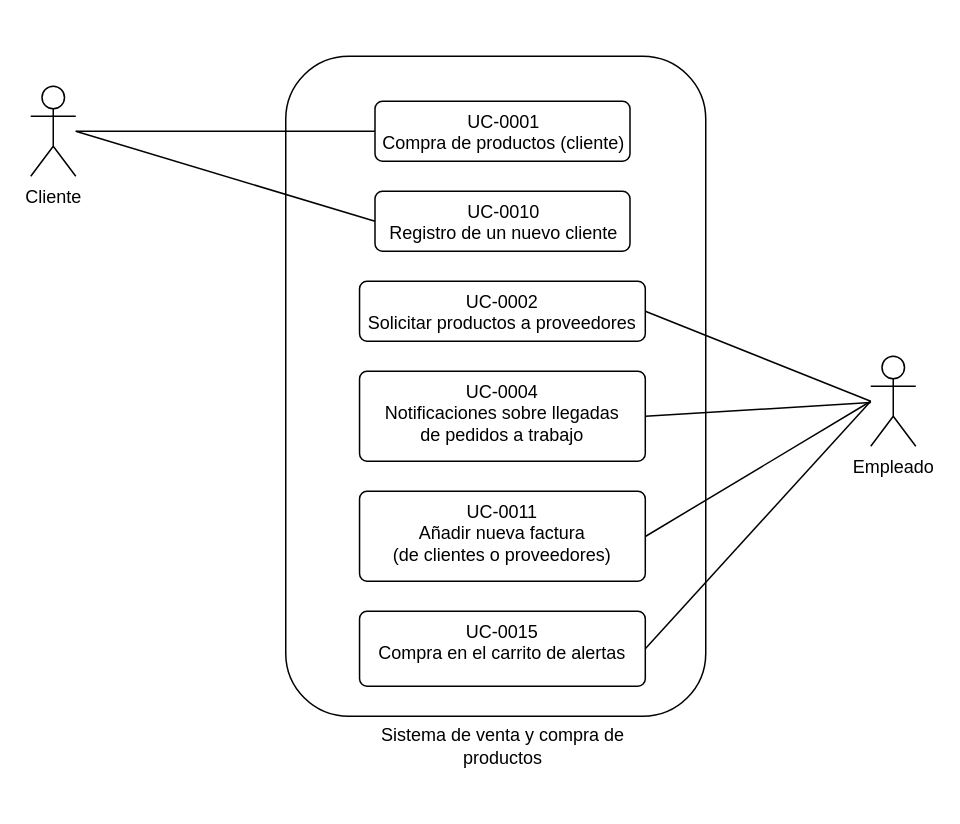
Before: page "Page-1" (1 of 4) of diagramas/diagramas de casos de uso/diagramasCasosDeUso.drawio in felipescalera/Proyecto-IR, a draw.io diagram. Source tidied: cells renumbered, new cells numbered last; positions are measured from the earlier drawing's top-left corner, leaving out a move shared by most shapes. Both pictures are drawn from the tidied source at 150%, with x=0, y=0 at pixel (30, 56).
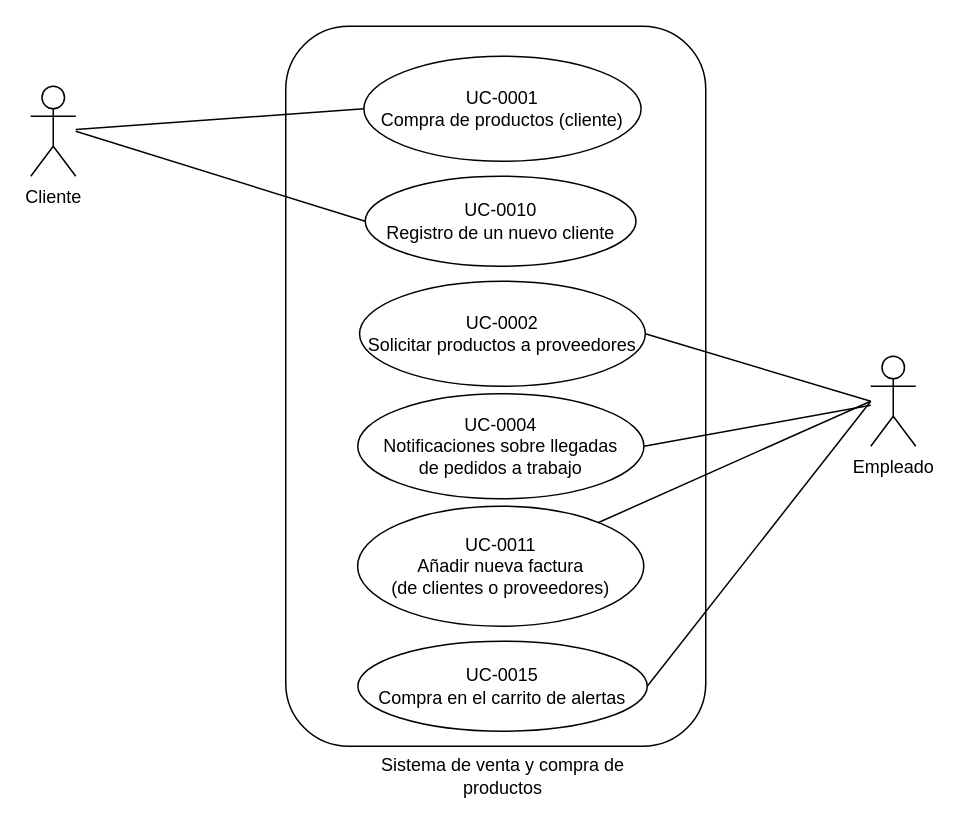
Above is the later version.

Diff of the diagram source:
```diff
@@
     <mxCell id="3" style="rounded=1;whiteSpace=wrap;html=1;" parent="1" vertex="1">
-      <mxGeometry x="170" width="280" height="440" as="geometry" />
+      <mxGeometry x="170" y="-20" width="280" height="480" as="geometry" />
     </mxCell>
     <mxCell id="4" value="Sistema de venta y compra de productos" style="text;html=1;strokeColor=none;fillColor=none;align=center;verticalAlign=middle;whiteSpace=wrap;rounded=0;" parent="1" vertex="1">
-      <mxGeometry x="229.5" y="450" width="170" height="20" as="geometry" />
+      <mxGeometry x="229.5" y="470" width="170" height="20" as="geometry" />
     </mxCell>
-    <mxCell id="5" value="UC-0001&lt;br&gt;Compra de productos (cliente)" style="html=1;align=center;verticalAlign=top;rounded=1;absoluteArcSize=1;arcSize=10;dashed=0;" parent="1" vertex="1">
-      <mxGeometry x="229.5" y="30" width="170" height="40" as="geometry" />
+    <mxCell id="5" value="UC-0001&lt;br&gt;Compra de productos (cliente)" style="ellipse;whiteSpace=wrap;html=1;" parent="1" vertex="1">
+      <mxGeometry x="222.1" width="184.8" height="70" as="geometry" />
     </mxCell>
-    <mxCell id="6" value="UC-0010&lt;br&gt;Registro de un nuevo cliente" style="html=1;align=center;verticalAlign=top;rounded=1;absoluteArcSize=1;arcSize=10;dashed=0;" parent="1" vertex="1">
-      <mxGeometry x="229.5" y="90" width="170" height="40" as="geometry" />
+    <mxCell id="6" value="UC-0010&lt;br&gt;Registro de un nuevo cliente" style="ellipse;whiteSpace=wrap;html=1;" parent="1" vertex="1">
+      <mxGeometry x="223" y="80" width="180.5" height="60" as="geometry" />
     </mxCell>
@@
-    <mxCell id="10" value="UC-0002&lt;br&gt;Solicitar productos a proveedores" style="html=1;align=center;verticalAlign=top;rounded=1;absoluteArcSize=1;arcSize=10;dashed=0;" parent="1" vertex="1">
-      <mxGeometry x="219.2" y="150" width="190.5" height="40" as="geometry" />
+    <mxCell id="10" value="UC-0002&lt;br&gt;Solicitar productos a proveedores" style="ellipse;whiteSpace=wrap;html=1;" parent="1" vertex="1">
+      <mxGeometry x="219.2" y="150" width="190.5" height="70" as="geometry" />
     </mxCell>
-    <mxCell id="11" value="UC-0004&lt;br&gt;Notificaciones sobre llegadas &lt;br&gt;de pedidos a trabajo&lt;br&gt;" style="html=1;align=center;verticalAlign=top;rounded=1;absoluteArcSize=1;arcSize=10;dashed=0;" parent="1" vertex="1">
-      <mxGeometry x="219.2" y="210" width="190.5" height="60" as="geometry" />
+    <mxCell id="11" value="UC-0004&lt;br&gt;Notificaciones sobre llegadas &lt;br&gt;de pedidos a trabajo&lt;br&gt;" style="ellipse;whiteSpace=wrap;html=1;" parent="1" vertex="1">
+      <mxGeometry x="218" y="225" width="190.8" height="70" as="geometry" />
     </mxCell>
-    <mxCell id="12" value="UC-0011&lt;br&gt;Añadir nueva factura &lt;br&gt;(de clientes o proveedores)" style="html=1;align=center;verticalAlign=top;rounded=1;absoluteArcSize=1;arcSize=10;dashed=0;" parent="1" vertex="1">
-      <mxGeometry x="219.2" y="290" width="190.5" height="60" as="geometry" />
+    <mxCell id="12" value="UC-0011&lt;br&gt;Añadir nueva factura &lt;br&gt;(de clientes o proveedores)" style="ellipse;whiteSpace=wrap;html=1;" parent="1" vertex="1">
+      <mxGeometry x="217.9" y="300" width="190.8" height="80" as="geometry" />
     </mxCell>
-    <mxCell id="13" value="UC-0015&lt;br&gt;Compra en el carrito de alertas" style="html=1;align=center;verticalAlign=top;rounded=1;absoluteArcSize=1;arcSize=10;dashed=0;" parent="1" vertex="1">
-      <mxGeometry x="219.2" y="370" width="190.5" height="50" as="geometry" />
+    <mxCell id="13" value="UC-0015&lt;br&gt;Compra en el carrito de alertas" style="ellipse;whiteSpace=wrap;html=1;" parent="1" vertex="1">
+      <mxGeometry x="218.1" y="390" width="192.9" height="60" as="geometry" />
     </mxCell>
@@
-    <mxCell id="15" style="endArrow=none;html=1;exitX=1;exitY=0.5;exitDx=0;exitDy=0;" parent="1" edge="1">
+    <mxCell id="15" style="endArrow=none;html=1;" parent="1" edge="1" source="12">
       <mxGeometry relative="1" as="geometry">
-        <mxPoint x="410" y="320" as="sourcePoint" />
         <mxPoint x="560" y="230" as="targetPoint" />
       </mxGeometry>
     </mxCell>
```
